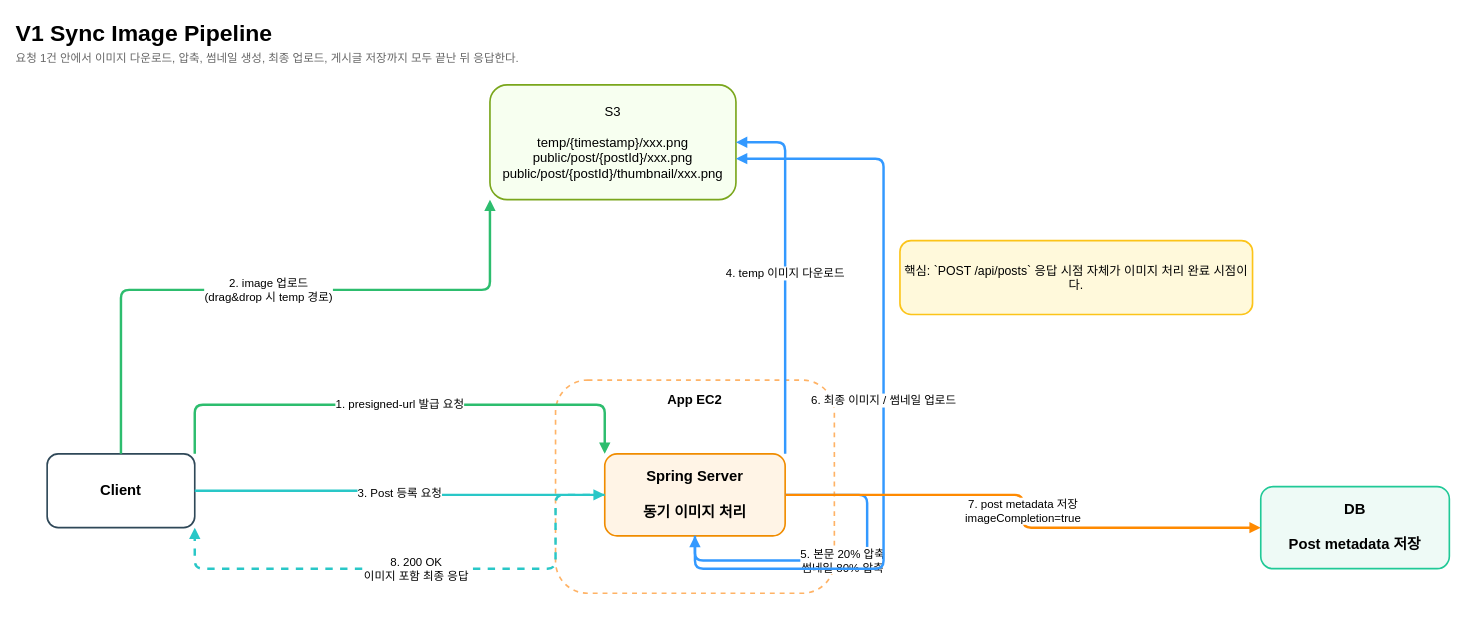
This is docs/experiments/diagrams/v1-sync-current-architecture.drawio from 100-hours-a-week/3-logan-cho-community-BE, a draw.io file, before an edit. Source tidied: cells renumbered, new cells numbered last; positions are measured from the earlier drawing's top-left corner, leaving out a move shared by most shapes. Both pictures are drawn from the tidied source at 82%, with x=0, y=0 at pixel (14, 14). Pictures stored in the file or linked from it are replaced by grey dashed boxes.
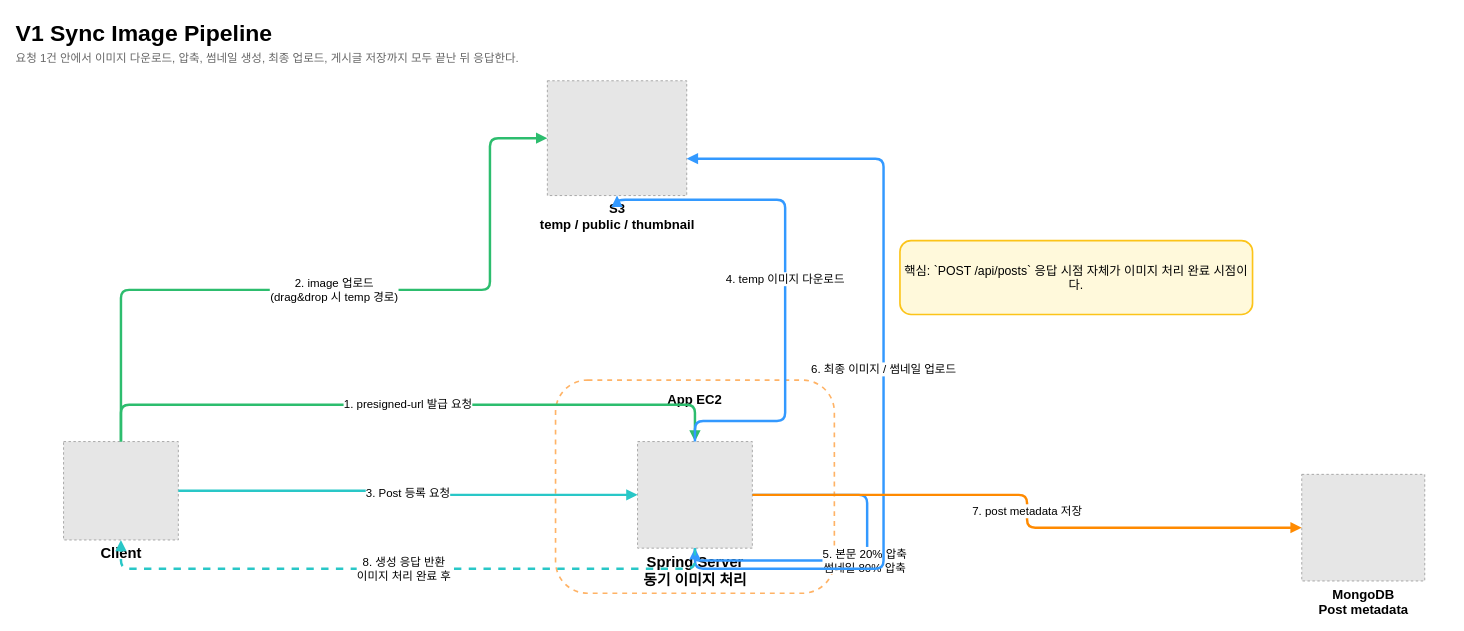
The same page after the edit.

Commit message (it also covers changes not shown here):
docs: align architecture flows with actual image status model

What changed in the source:
```diff
@@
-    <mxCell id="4" value="Client" style="rounded=1;whiteSpace=wrap;html=1;fillColor=#ffffff;strokeColor=#2f4858;strokeWidth=2;fontStyle=1;fontSize=18;" parent="1" vertex="1">
-      <mxGeometry x="40" y="536" width="180" height="90" as="geometry" />
+    <mxCell id="4" value="Client" style="fillColor=#E6E6E6;strokeColor=#999999;dashed=1;verticalLabelPosition=bottom;verticalAlign=top;labelPosition=center;align=center;html=1;fontSize=18;fontStyle=1;" parent="1" vertex="1">
+      <mxGeometry x="60" y="521" width="140" height="120" as="geometry" />
     </mxCell>
-    <mxCell id="5" value="S3&#10;&#10;temp/{timestamp}/xxx.png&#10;public/post/{postId}/xxx.png&#10;public/post/{postId}/thumbnail/xxx.png" style="rounded=1;whiteSpace=wrap;html=1;fillColor=#f7fff0;strokeColor=#7aa61c;strokeWidth=2;fontSize=16;" parent="1" vertex="1">
-      <mxGeometry x="580" y="86" width="300" height="140" as="geometry" />
+    <mxCell id="5" value="S3&#10;temp / public / thumbnail" style="fillColor=#E6E6E6;strokeColor=#999999;dashed=1;verticalLabelPosition=bottom;verticalAlign=top;labelPosition=center;align=center;html=1;fontSize=16;fontStyle=1;" parent="1" vertex="1">
+      <mxGeometry x="650" y="81" width="170" height="140" as="geometry" />
     </mxCell>
@@
-    <mxCell id="7" value="Spring Server&#10;&#10;동기 이미지 처리" style="rounded=1;whiteSpace=wrap;html=1;fillColor=#fff4e6;strokeColor=#f08c00;strokeWidth=2;fontStyle=1;fontSize=18;" parent="1" vertex="1">
-      <mxGeometry x="720" y="536" width="220" height="100" as="geometry" />
+    <mxCell id="7" value="Spring Server&#10;동기 이미지 처리" style="fillColor=#E6E6E6;strokeColor=#999999;dashed=1;verticalLabelPosition=bottom;verticalAlign=top;labelPosition=center;align=center;html=1;fontSize=18;fontStyle=1;" parent="1" vertex="1">
+      <mxGeometry x="760" y="521" width="140" height="130" as="geometry" />
     </mxCell>
-    <mxCell id="8" value="DB&#10;&#10;Post metadata 저장" style="rounded=1;whiteSpace=wrap;html=1;fillColor=#eefaf6;strokeColor=#20c997;strokeWidth=2;fontStyle=1;fontSize=18;" parent="1" vertex="1">
-      <mxGeometry x="1520" y="576" width="230" height="100" as="geometry" />
+    <mxCell id="8" value="MongoDB&#10;Post metadata" style="fillColor=#E6E6E6;strokeColor=#999999;dashed=1;verticalLabelPosition=bottom;verticalAlign=top;labelPosition=center;align=center;html=1;fontSize=16;fontStyle=1;" parent="1" vertex="1">
+      <mxGeometry x="1570" y="561" width="150" height="130" as="geometry" />
     </mxCell>
@@
-    <mxCell id="16" value="7. post metadata 저장&#10;imageCompletion=true" style="edgeStyle=orthogonalEdgeStyle;rounded=1;jettySize=auto;html=1;strokeColor=#ff8a00;strokeWidth=3;endArrow=block;endFill=1;fontSize=14;labelBackgroundColor=#ffffff;" parent="1" edge="1" source="7" target="8">
+    <mxCell id="16" value="7. post metadata 저장" style="edgeStyle=orthogonalEdgeStyle;rounded=1;jettySize=auto;html=1;strokeColor=#ff8a00;strokeWidth=3;endArrow=block;endFill=1;fontSize=14;labelBackgroundColor=#ffffff;" parent="1" edge="1" source="7" target="8">
       <mxGeometry relative="1" as="geometry" />
     </mxCell>
-    <mxCell id="17" value="8. 200 OK&#10;이미지 포함 최종 응답" style="edgeStyle=orthogonalEdgeStyle;rounded=1;jettySize=auto;html=1;strokeColor=#29c7c7;strokeWidth=3;endArrow=block;endFill=1;fontSize=14;labelBackgroundColor=#ffffff;dashed=1;" parent="1" edge="1" source="7" target="4">
+    <mxCell id="17" value="8. 생성 응답 반환&#10;이미지 처리 완료 후" style="edgeStyle=orthogonalEdgeStyle;rounded=1;jettySize=auto;html=1;strokeColor=#29c7c7;strokeWidth=3;endArrow=block;endFill=1;fontSize=14;labelBackgroundColor=#ffffff;dashed=1;" parent="1" edge="1" source="7" target="4">
       <mxGeometry relative="1" as="geometry">
         <Array as="points">
           <mxPoint x="660" y="676" />
           <mxPoint x="220" y="676" />
         </Array>
       </mxGeometry>
     </mxCell>
```
